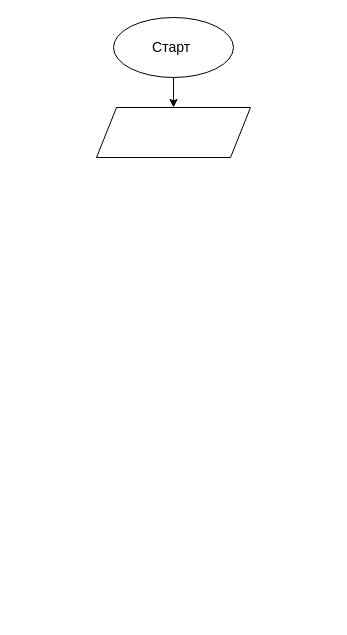
KaterinaSpace/FinalWork2023 keeps this draw.io diagram as block_diagram/Диаграмма без названия.drawio. Above is the earlier version. Source tidied: cells renumbered, new cells numbered last; positions are measured from the earlier drawing's top-left corner, leaving out a move shared by most shapes. Both pictures are drawn from the tidied source at 100%, with x=0, y=0 at pixel (96, 17).
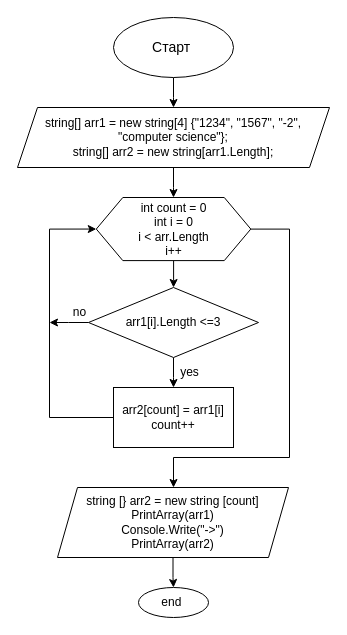
The same page after the edit.

Diff of the diagram source:
```diff
@@
+    <mxCell id="5" style="edgeStyle=orthogonalEdgeStyle;rounded=0;jettySize=auto;html=1;" parent="1" edge="1" source="7">
+      <mxGeometry relative="1" as="geometry">
+        <mxPoint x="77" y="270" as="targetPoint" />
+      </mxGeometry>
+    </mxCell>
+    <mxCell id="6" style="edgeStyle=orthogonalEdgeStyle;rounded=0;jettySize=auto;html=1;" parent="1" edge="1" source="7">
+      <mxGeometry relative="1" as="geometry">
+        <mxPoint x="77" y="470" as="targetPoint" />
+        <Array as="points">
+          <mxPoint x="193" y="212" />
+          <mxPoint x="193" y="440" />
+          <mxPoint x="77" y="440" />
+        </Array>
+      </mxGeometry>
+    </mxCell>
+    <mxCell id="7" style="verticalLabelPosition=bottom;verticalAlign=top;html=1;shape=hexagon;perimeter=hexagonPerimeter2;arcSize=6;size=0.17164179104477612;" parent="1" vertex="1">
+      <mxGeometry x="-0.2" y="180" width="154.5" height="63.1" as="geometry" />
+    </mxCell>
@@
+    <mxCell id="8" style="edgeStyle=orthogonalEdgeStyle;rounded=0;jettySize=auto;html=1;" parent="1" edge="1" source="4">
+      <mxGeometry relative="1" as="geometry">
+        <mxPoint x="77" y="180" as="targetPoint" />
+      </mxGeometry>
+    </mxCell>
-    <mxCell id="4" style="shape=parallelogram;perimeter=parallelogramPerimeter;whiteSpace=wrap;html=1;fixedSize=1;" parent="1" vertex="1">
-      <mxGeometry y="90" width="154" height="50" as="geometry" />
+    <mxCell id="4" value="string[] arr1 = new string[4] {&quot;1234&quot;, &quot;1567&quot;, &quot;-2&quot;, &quot;computer science&quot;};&#10;string[] arr2 = new string[arr1.Length];" style="shape=parallelogram;perimeter=parallelogramPerimeter;whiteSpace=wrap;html=1;fixedSize=1;" parent="1" vertex="1">
+      <mxGeometry x="-79" y="90" width="312" height="60" as="geometry" />
     </mxCell>
+    <mxCell id="9" value="int count = 0&lt;br&gt;int i = 0&lt;br&gt;i &amp;lt; arr.Length&lt;br&gt;i++" style="text;html=1;align=center;verticalAlign=middle;strokeColor=none;fillColor=none;" parent="1" vertex="1">
+      <mxGeometry x="32" y="176.6" width="90" height="70" as="geometry" />
+    </mxCell>
+    <mxCell id="10" style="edgeStyle=orthogonalEdgeStyle;rounded=0;jettySize=auto;html=1;" parent="1" edge="1" source="12">
+      <mxGeometry relative="1" as="geometry">
+        <mxPoint x="77" y="370" as="targetPoint" />
+      </mxGeometry>
+    </mxCell>
+    <mxCell id="11" style="edgeStyle=orthogonalEdgeStyle;rounded=0;jettySize=auto;html=1;" parent="1" edge="1" source="12">
+      <mxGeometry relative="1" as="geometry">
+        <mxPoint x="-47" y="305" as="targetPoint" />
+      </mxGeometry>
+    </mxCell>
+    <mxCell id="12" value="arr1[i].Length &amp;lt;=3" style="rhombus;whiteSpace=wrap;html=1;" parent="1" vertex="1">
+      <mxGeometry x="-8" y="270" width="170" height="70" as="geometry" />
+    </mxCell>
+    <mxCell id="13" style="edgeStyle=orthogonalEdgeStyle;rounded=0;jettySize=auto;html=1;entryX=0;entryY=0.5;entryDx=0;entryDy=0;" parent="1" edge="1" source="14" target="7">
+      <mxGeometry relative="1" as="geometry">
+        <Array as="points">
+          <mxPoint x="-47" y="400" />
+          <mxPoint x="-47" y="212" />
+        </Array>
+      </mxGeometry>
+    </mxCell>
+    <mxCell id="14" value="arr2[count] = arr1[i]&lt;br&gt;count++" style="rounded=0;whiteSpace=wrap;html=1;" parent="1" vertex="1">
+      <mxGeometry x="17" y="370" width="120" height="60" as="geometry" />
+    </mxCell>
+    <mxCell id="15" value="yes" style="text;html=1;align=center;verticalAlign=middle;strokeColor=none;fillColor=none;" parent="1" vertex="1">
+      <mxGeometry x="73" y="340" width="40" height="30" as="geometry" />
+    </mxCell>
+    <mxCell id="16" value="no" style="text;html=1;align=center;verticalAlign=middle;strokeColor=none;fillColor=none;" parent="1" vertex="1">
+      <mxGeometry x="-37" y="280" width="40" height="30" as="geometry" />
+    </mxCell>
+    <mxCell id="17" style="edgeStyle=orthogonalEdgeStyle;rounded=0;jettySize=auto;html=1;" parent="1" edge="1" source="18" target="19">
+      <mxGeometry relative="1" as="geometry" />
+    </mxCell>
+    <mxCell id="18" value="string [} arr2 = new string [count]&lt;br&gt;PrintArray(arr1)&lt;br&gt;Console.Write(&quot;-&amp;gt;&quot;)&lt;br&gt;PrintArray(arr2)" style="shape=parallelogram;perimeter=parallelogramPerimeter;whiteSpace=wrap;html=1;fixedSize=1;" parent="1" vertex="1">
+      <mxGeometry x="-39" y="470" width="231" height="70" as="geometry" />
+    </mxCell>
+    <mxCell id="19" value="end&amp;nbsp;" style="ellipse;whiteSpace=wrap;html=1;" parent="1" vertex="1">
+      <mxGeometry x="42" y="570" width="70" height="30" as="geometry" />
+    </mxCell>
```
